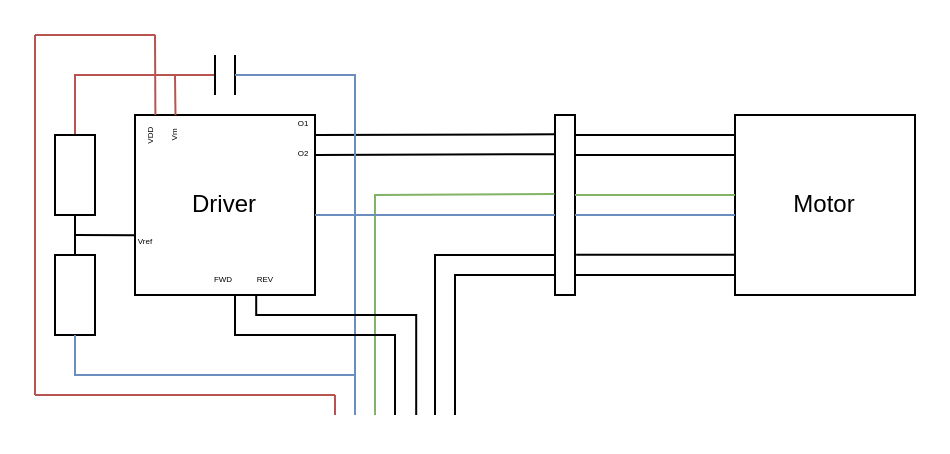
Earlier version of the draw.io diagram page "Actuators" (4 of 4) of Diagramme/Diagramme sans nom.drawio (Artpel1805/Beerator). Source tidied: cells renumbered, new cells numbered last; positions are measured from the earlier drawing's top-left corner, leaving out a move shared by most shapes. Both pictures are drawn from the tidied source at 200%, with x=0, y=0 at pixel (34, 34).
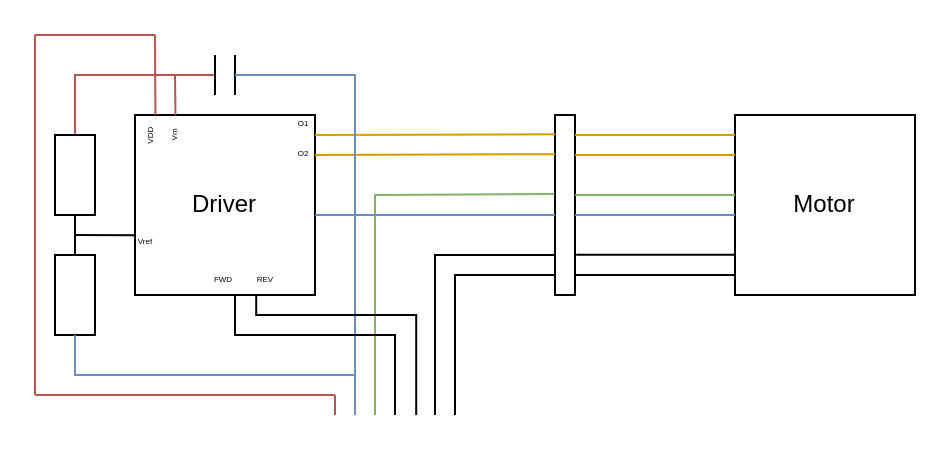
The same page after the edit.

The change refers to these unchanged cells:
```xml
<mxCell id="4" style="rounded=0;whiteSpace=wrap;html=1;" parent="1" vertex="1">
  <mxGeometry x="260" y="40" width="10" height="90" as="geometry" />
</mxCell>
```

The edit, as a diff of the source:
```diff
@@
-    <mxCell id="8" style="endArrow=none;html=1;rounded=0;entryX=0;entryY=0.75;entryDx=0;entryDy=0;exitX=1.16;exitY=0.875;exitDx=0;exitDy=0;exitPerimeter=0;" parent="1" edge="1">
+    <mxCell id="8" style="endArrow=none;html=1;rounded=0;entryX=0;entryY=0.75;entryDx=0;entryDy=0;exitX=1.16;exitY=0.875;exitDx=0;exitDy=0;exitPerimeter=0;fillColor=#ffe6cc;strokeColor=#d79b00;" parent="1" edge="1">
       <mxGeometry relative="1" as="geometry">
         <mxPoint x="270" y="50" as="sourcePoint" />
         <mxPoint x="350" y="50" as="targetPoint" />
       </mxGeometry>
     </mxCell>
-    <mxCell id="9" style="endArrow=none;html=1;rounded=0;entryX=0;entryY=0.75;entryDx=0;entryDy=0;exitX=1.16;exitY=0.875;exitDx=0;exitDy=0;exitPerimeter=0;" parent="1" edge="1">
+    <mxCell id="9" style="endArrow=none;html=1;rounded=0;entryX=0;entryY=0.75;entryDx=0;entryDy=0;exitX=1.16;exitY=0.875;exitDx=0;exitDy=0;exitPerimeter=0;fillColor=#ffe6cc;strokeColor=#d79b00;" parent="1" edge="1">
       <mxGeometry relative="1" as="geometry">
         <mxPoint x="270" y="60" as="sourcePoint" />
         <mxPoint x="350" y="60" as="targetPoint" />
       </mxGeometry>
     </mxCell>
@@
-    <mxCell id="11" style="endArrow=none;html=1;rounded=0;entryX=0.015;entryY=0.107;entryDx=0;entryDy=0;exitX=1.16;exitY=0.875;exitDx=0;exitDy=0;exitPerimeter=0;entryPerimeter=0;" parent="1" edge="1" target="4">
+    <mxCell id="11" style="endArrow=none;html=1;rounded=0;entryX=0.015;entryY=0.107;entryDx=0;entryDy=0;exitX=1.16;exitY=0.875;exitDx=0;exitDy=0;exitPerimeter=0;entryPerimeter=0;fillColor=#ffe6cc;strokeColor=#d79b00;" parent="1" edge="1" target="4">
       <mxGeometry relative="1" as="geometry">
         <mxPoint x="140" y="50" as="sourcePoint" />
       </mxGeometry>
     </mxCell>
-    <mxCell id="12" style="endArrow=none;html=1;rounded=0;entryX=0.015;entryY=0.107;entryDx=0;entryDy=0;exitX=1.16;exitY=0.875;exitDx=0;exitDy=0;exitPerimeter=0;entryPerimeter=0;" parent="1" edge="1">
+    <mxCell id="12" style="endArrow=none;html=1;rounded=0;entryX=0.015;entryY=0.107;entryDx=0;entryDy=0;exitX=1.16;exitY=0.875;exitDx=0;exitDy=0;exitPerimeter=0;entryPerimeter=0;fillColor=#ffe6cc;strokeColor=#d79b00;" parent="1" edge="1">
       <mxGeometry relative="1" as="geometry">
         <mxPoint x="140" y="60" as="sourcePoint" />
         <mxPoint x="260.1" y="59.6" as="targetPoint" />
       </mxGeometry>
     </mxCell>
```
